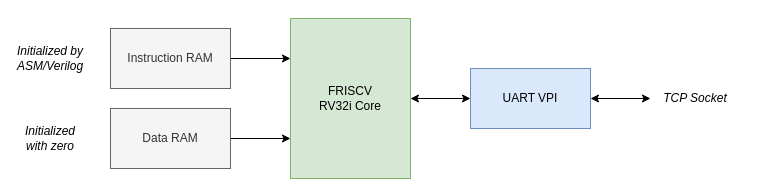
Above: page "Interactive testbench" (4 of 6) of doc/friscv.drawio in dpretet/friscv (draw.io), before the change. Source tidied: cells renumbered, new cells numbered last; positions are measured from the earlier drawing's top-left corner, leaving out a move shared by most shapes. Both pictures are drawn from the tidied source at 100%, with x=0, y=0 at pixel (30, 18).
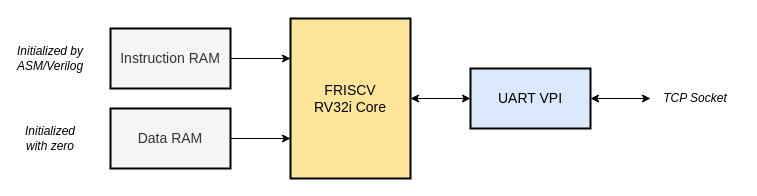
The same diagram, later.

Diff of the diagram source:
```diff
@@
 <mxGraphModel>
   <root>
     <mxCell id="0" />
     <mxCell id="1" parent="0" />
     <mxCell id="2" style="edgeStyle=orthogonalEdgeStyle;rounded=0;jettySize=auto;html=1;startArrow=classic;startFill=1;" parent="1" edge="1" source="3" target="9">
       <mxGeometry relative="1" as="geometry" />
     </mxCell>
-    <mxCell id="3" value="FRISCV &lt;br&gt;RV32i Core" style="rounded=0;whiteSpace=wrap;html=1;fillColor=#d5e8d4;strokeColor=#82b366;" parent="1" vertex="1">
+    <mxCell id="3" value="FRISCV &lt;br style=&quot;font-size: 14px;&quot;&gt;RV32i Core" style="rounded=0;whiteSpace=wrap;html=1;strokeWidth=2;fillColor=#FFE599;fontSize=14;" parent="1" vertex="1">
       <mxGeometry x="260" width="120" height="160" as="geometry" />
     </mxCell>
     <mxCell id="4" style="edgeStyle=orthogonalEdgeStyle;rounded=0;jettySize=auto;html=1;entryX=0;entryY=0.25;entryDx=0;entryDy=0;" parent="1" edge="1" source="5" target="3">
       <mxGeometry relative="1" as="geometry" />
     </mxCell>
-    <mxCell id="5" value="Instruction RAM" style="rounded=0;whiteSpace=wrap;html=1;fillColor=#f5f5f5;strokeColor=#666666;fontColor=#333333;" parent="1" vertex="1">
+    <mxCell id="5" value="Instruction RAM" style="rounded=0;whiteSpace=wrap;html=1;fillColor=#f5f5f5;fontColor=#333333;strokeWidth=2;fontSize=14;" parent="1" vertex="1">
       <mxGeometry x="80" y="10" width="120" height="60" as="geometry" />
     </mxCell>
     <mxCell id="6" style="edgeStyle=orthogonalEdgeStyle;rounded=0;jettySize=auto;html=1;exitX=1;exitY=0.5;exitDx=0;exitDy=0;entryX=0;entryY=0.75;entryDx=0;entryDy=0;" parent="1" edge="1" source="7" target="3">
       <mxGeometry relative="1" as="geometry" />
     </mxCell>
-    <mxCell id="7" value="Data RAM" style="rounded=0;whiteSpace=wrap;html=1;fillColor=#f5f5f5;strokeColor=#666666;fontColor=#333333;" parent="1" vertex="1">
+    <mxCell id="7" value="Data RAM" style="rounded=0;whiteSpace=wrap;html=1;fillColor=#f5f5f5;fontColor=#333333;strokeWidth=2;fontSize=14;" parent="1" vertex="1">
       <mxGeometry x="80" y="90" width="120" height="60" as="geometry" />
     </mxCell>
     <mxCell id="8" style="edgeStyle=orthogonalEdgeStyle;rounded=0;jettySize=auto;html=1;exitX=1;exitY=0.5;exitDx=0;exitDy=0;startArrow=classic;startFill=1;entryX=0;entryY=0.5;entryDx=0;entryDy=0;" parent="1" edge="1" source="9" target="10">
       <mxGeometry relative="1" as="geometry" />
     </mxCell>
-    <mxCell id="9" value="UART VPI" style="whiteSpace=wrap;html=1;rounded=0;fillColor=#dae8fc;strokeColor=#6c8ebf;" parent="1" vertex="1">
+    <mxCell id="9" value="UART VPI" style="whiteSpace=wrap;html=1;rounded=0;fillColor=#dae8fc;strokeWidth=2;fontSize=14;" parent="1" vertex="1">
       <mxGeometry x="440" y="50" width="120" height="60" as="geometry" />
     </mxCell>
     <mxCell id="10" value="TCP Socket" style="text;html=1;strokeColor=none;fillColor=none;align=center;verticalAlign=middle;whiteSpace=wrap;rounded=0;fontStyle=2;" parent="1" vertex="1">
       <mxGeometry x="620" y="70" width="90" height="20" as="geometry" />
     </mxCell>
     <mxCell id="11" value="Initialized by ASM/Verilog" style="text;html=1;strokeColor=none;fillColor=none;align=center;verticalAlign=middle;whiteSpace=wrap;rounded=0;fontStyle=2;" parent="1" vertex="1">
       <mxGeometry y="30" width="40" height="20" as="geometry" />
     </mxCell>
     <mxCell id="12" value="Initialized with zero" style="text;html=1;strokeColor=none;fillColor=none;align=center;verticalAlign=middle;whiteSpace=wrap;rounded=0;fontStyle=2;" parent="1" vertex="1">
       <mxGeometry y="110" width="40" height="20" as="geometry" />
     </mxCell>
   </root>
 </mxGraphModel>
```
